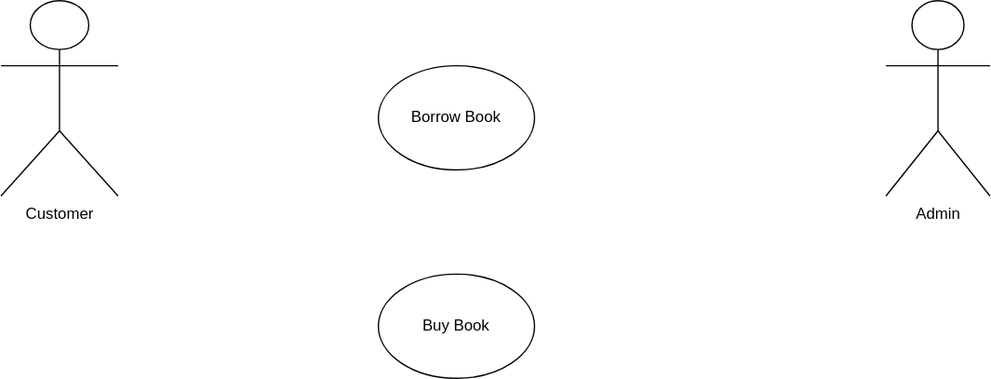
adarsh-kishore786/IT-Project keeps this draw.io diagram as Library/control-flows/Case Diagram.svg. Above is the earlier version. Source tidied: cells renumbered, new cells last; positions are measured from the earlier drawing's top-left corner, leaving out a move shared by most shapes. Source of this version:
```xml
<mxGraphModel>
  <root>
    <mxCell id="0" />
    <mxCell id="1" parent="0" />
    <mxCell id="2" value="Customer" style="shape=umlActor;verticalLabelPosition=bottom;verticalAlign=top;html=1;outlineConnect=0;" parent="1" vertex="1">
      <mxGeometry width="90" height="150" as="geometry" />
    </mxCell>
    <mxCell id="3" value="Admin" style="shape=umlActor;verticalLabelPosition=bottom;verticalAlign=top;html=1;outlineConnect=0;" parent="1" vertex="1">
      <mxGeometry x="680" width="80" height="150" as="geometry" />
    </mxCell>
    <mxCell id="4" value="Borrow Book" style="ellipse;whiteSpace=wrap;html=1;" parent="1" vertex="1">
      <mxGeometry x="290" y="50" width="120" height="80" as="geometry" />
    </mxCell>
    <mxCell id="5" value="Buy Book" style="ellipse;whiteSpace=wrap;html=1;" parent="1" vertex="1">
      <mxGeometry x="290" y="210" width="120" height="80" as="geometry" />
    </mxCell>
  </root>
</mxGraphModel>
```
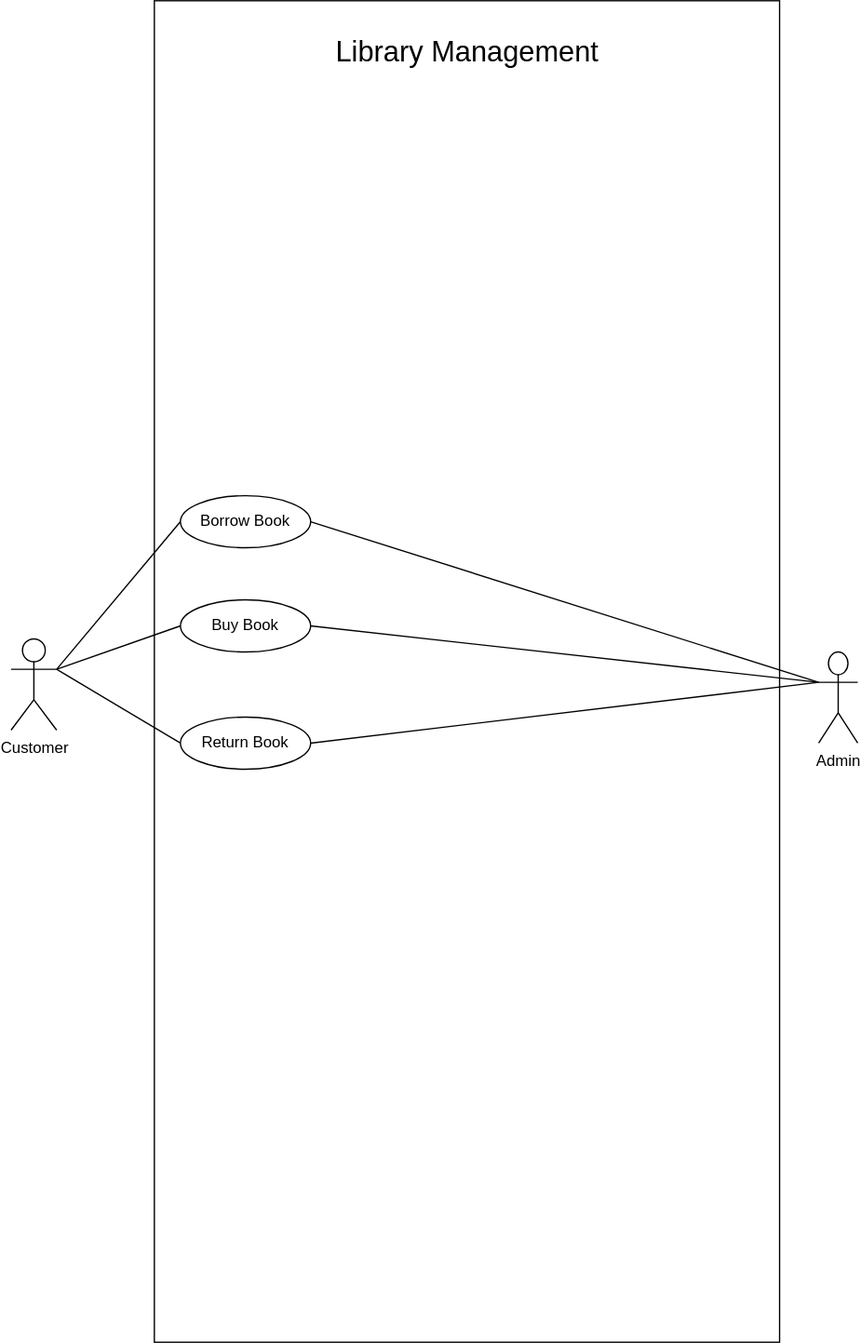
Later version of the same file.

The edit, as a diff of the source:
```diff
@@ -3,16 +3,43 @@
     <mxCell id="0" />
     <mxCell id="1" parent="0" />
     <mxCell id="2" value="Customer" style="shape=umlActor;verticalLabelPosition=bottom;verticalAlign=top;html=1;outlineConnect=0;" parent="1" vertex="1">
-      <mxGeometry width="90" height="150" as="geometry" />
+      <mxGeometry x="50" y="40" width="35" height="70" as="geometry" />
     </mxCell>
     <mxCell id="3" value="Admin" style="shape=umlActor;verticalLabelPosition=bottom;verticalAlign=top;html=1;outlineConnect=0;" parent="1" vertex="1">
-      <mxGeometry x="680" width="80" height="150" as="geometry" />
+      <mxGeometry x="670" y="50" width="30" height="70" as="geometry" />
     </mxCell>
+    <mxCell id="6" style="rounded=0;whiteSpace=wrap;html=1;" parent="1" vertex="1">
+      <mxGeometry x="160" y="-450" width="480" height="1030" as="geometry" />
+    </mxCell>
     <mxCell id="4" value="Borrow Book" style="ellipse;whiteSpace=wrap;html=1;" parent="1" vertex="1">
-      <mxGeometry x="290" y="50" width="120" height="80" as="geometry" />
+      <mxGeometry x="180" y="-70" width="100" height="40" as="geometry" />
     </mxCell>
     <mxCell id="5" value="Buy Book" style="ellipse;whiteSpace=wrap;html=1;" parent="1" vertex="1">
-      <mxGeometry x="290" y="210" width="120" height="80" as="geometry" />
+      <mxGeometry x="180" y="10" width="100" height="40" as="geometry" />
     </mxCell>
+    <mxCell id="7" value="Return Book" style="ellipse;whiteSpace=wrap;html=1;" parent="1" vertex="1">
+      <mxGeometry x="180" y="100" width="100" height="40" as="geometry" />
+    </mxCell>
+    <mxCell id="8" style="endArrow=none;html=1;rounded=0;entryX=0;entryY=0.5;entryDx=0;entryDy=0;exitX=1;exitY=0.3333333333333333;exitDx=0;exitDy=0;exitPerimeter=0;" parent="1" edge="1" source="2" target="5">
+      <mxGeometry relative="1" as="geometry" />
+    </mxCell>
+    <mxCell id="9" style="endArrow=none;html=1;rounded=0;entryX=0;entryY=0.5;entryDx=0;entryDy=0;exitX=1;exitY=0.3333333333333333;exitDx=0;exitDy=0;exitPerimeter=0;" parent="1" edge="1" source="2" target="4">
+      <mxGeometry relative="1" as="geometry" />
+    </mxCell>
+    <mxCell id="10" style="endArrow=none;html=1;rounded=0;entryX=0;entryY=0.5;entryDx=0;entryDy=0;exitX=1;exitY=0.3333333333333333;exitDx=0;exitDy=0;exitPerimeter=0;" parent="1" edge="1" source="2" target="7">
+      <mxGeometry relative="1" as="geometry" />
+    </mxCell>
+    <mxCell id="11" style="endArrow=none;html=1;rounded=0;entryX=0;entryY=0.3333333333333333;entryDx=0;entryDy=0;entryPerimeter=0;exitX=1;exitY=0.5;exitDx=0;exitDy=0;" parent="1" edge="1" source="4" target="3">
+      <mxGeometry relative="1" as="geometry" />
+    </mxCell>
+    <mxCell id="12" style="endArrow=none;html=1;rounded=0;entryX=0;entryY=0.3333333333333333;entryDx=0;entryDy=0;entryPerimeter=0;exitX=1;exitY=0.5;exitDx=0;exitDy=0;" parent="1" edge="1" source="5" target="3">
+      <mxGeometry relative="1" as="geometry" />
+    </mxCell>
+    <mxCell id="13" style="endArrow=none;html=1;rounded=0;exitX=1;exitY=0.5;exitDx=0;exitDy=0;entryX=0;entryY=0.3333333333333333;entryDx=0;entryDy=0;entryPerimeter=0;" parent="1" edge="1" source="7" target="3">
+      <mxGeometry relative="1" as="geometry" />
+    </mxCell>
+    <mxCell id="14" value="&lt;font style=&quot;font-size: 22px&quot;&gt;Library Management&lt;/font&gt;" style="text;html=1;strokeColor=none;fillColor=none;align=center;verticalAlign=middle;whiteSpace=wrap;rounded=0;" parent="1" vertex="1">
+      <mxGeometry x="296.5" y="-440" width="207" height="60" as="geometry" />
+    </mxCell>
   </root>
 </mxGraphModel>
```
